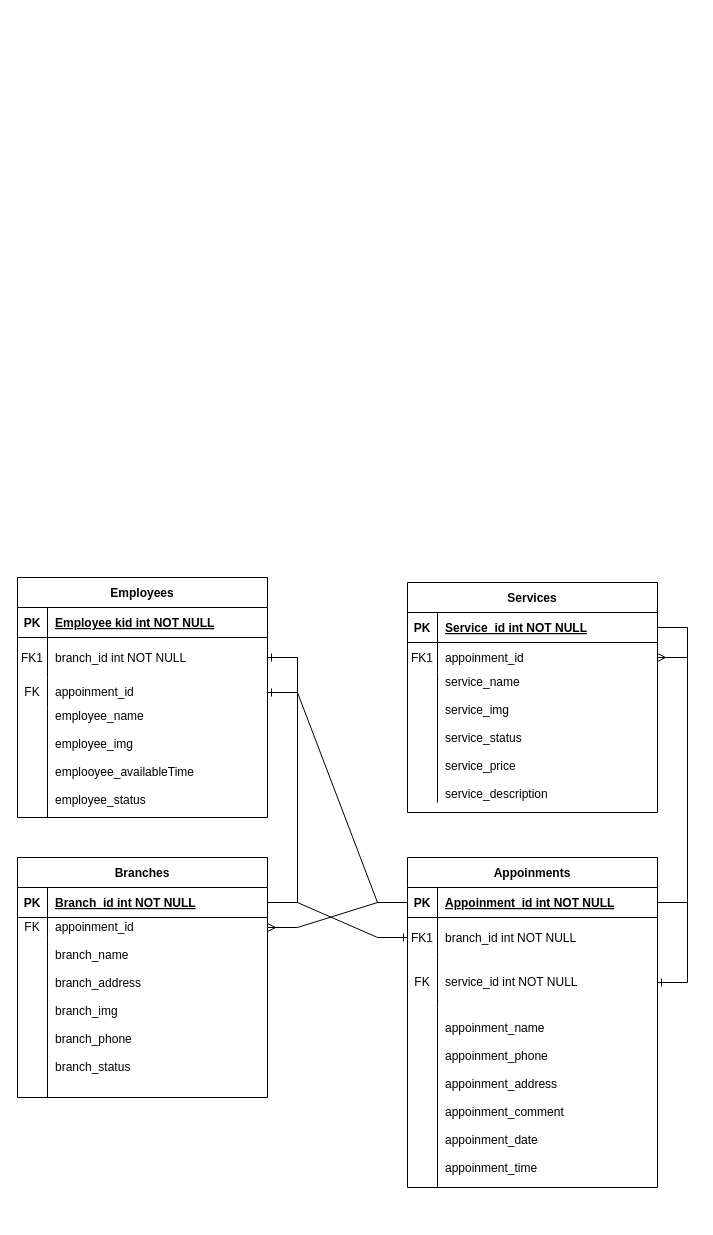
Earlier version of the draw.io diagram page "Page-1" (1 of 2) of Untitled Diagram.drawio (AlexanderMezquita/little-lemon). Source tidied: cells renumbered, new cells numbered last; positions are measured from the earlier drawing's top-left corner, leaving out a move shared by most shapes. Both pictures are drawn from the tidied source at 100%, with x=0, y=0 at pixel (-23, 577).
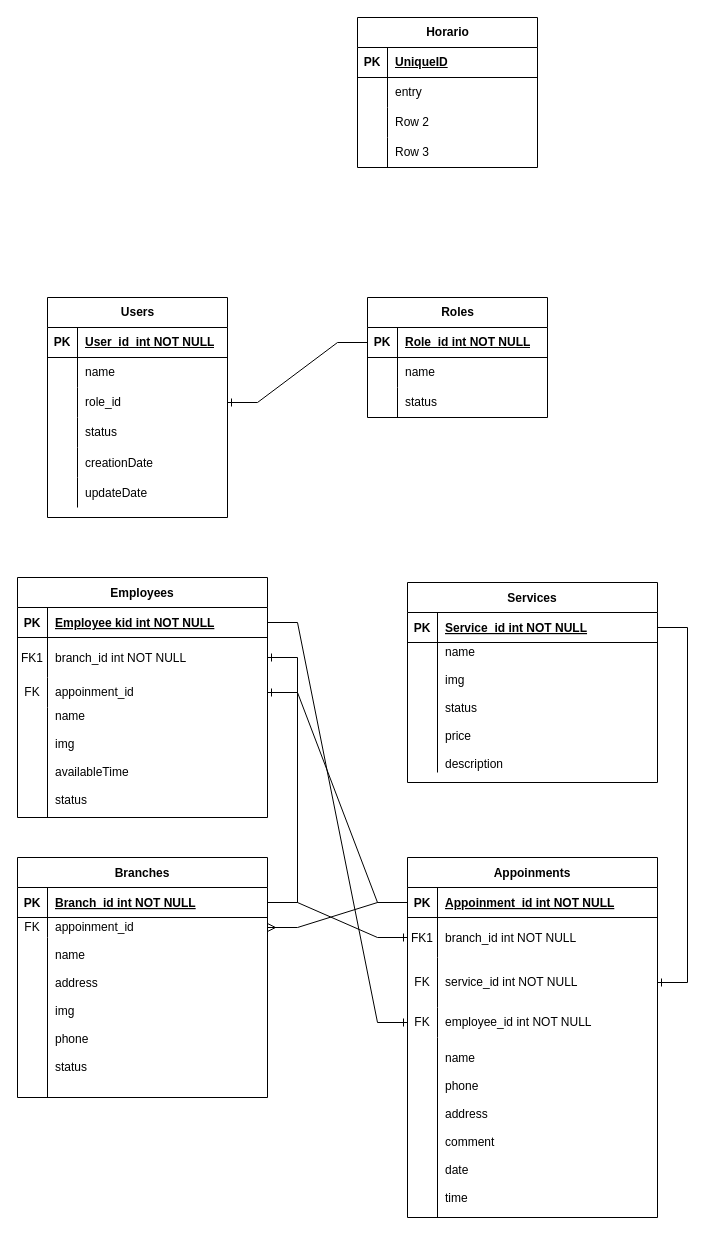
After the change.

The change refers to these unchanged cells:
```xml
<mxCell id="3" style="shape=partialRectangle;fillColor=none;points=[[0,0.5],[1,0.5]];portConstraint=eastwest;top=0;left=0;right=0;bottom=1;" parent="2" vertex="1">
  <mxGeometry y="30" width="250" height="30" as="geometry" />
</mxCell>
<mxCell id="32" style="shape=partialRectangle;fillColor=none;top=0;left=0;right=0;bottom=0;" parent="25" vertex="1">
  <mxGeometry y="80" width="250" height="160" as="geometry" />
</mxCell>
<mxCell id="38" style="shape=partialRectangle;fillColor=none;points=[[0,0.5],[1,0.5]];portConstraint=eastwest;top=0;left=0;right=0;bottom=1;" parent="37" vertex="1">
  <mxGeometry y="30" width="250" height="30" as="geometry" />
</mxCell>
<mxCell id="47" style="shape=partialRectangle;fillColor=none;top=0;left=0;right=0;bottom=0;" parent="37" vertex="1">
  <mxGeometry y="130" width="250" height="110" as="geometry" />
</mxCell>
```

What changed in the source:
```diff
@@
     <mxCell id="2" value="Appoinments" style="shape=table;startSize=30;childLayout=tableLayout;rowLines=0;fontStyle=1;align=center;" parent="1" vertex="1">
-      <mxGeometry x="430" y="280" width="250" height="330" as="geometry" />
+      <mxGeometry x="430" y="280" width="250" height="360" as="geometry" />
     </mxCell>
@@
+    <mxCell id="55" style="shape=tableRow;horizontal=0;startSize=0;swimlaneHead=0;swimlaneBody=0;fillColor=none;points=[[0,0.5],[1,0.5]];portConstraint=eastwest;top=0;left=0;right=0;bottom=0;" parent="2" vertex="1">
+      <mxGeometry y="150" width="250" height="30" as="geometry" />
+    </mxCell>
+    <mxCell id="56" value="FK" style="shape=partialRectangle;fillColor=none;top=0;left=0;bottom=0;right=0;fontStyle=0;overflow=hidden;whiteSpace=wrap;html=1;" parent="55" vertex="1">
+      <mxGeometry width="30" height="30" as="geometry" />
+    </mxCell>
+    <mxCell id="57" value="employee_id int NOT NULL" style="shape=partialRectangle;fillColor=none;top=0;left=0;bottom=0;right=0;align=left;spacingLeft=6;fontStyle=0;overflow=hidden;whiteSpace=wrap;html=1;" parent="55" vertex="1">
+      <mxGeometry x="30" width="220" height="30" as="geometry" />
+    </mxCell>
     <mxCell id="12" style="shape=partialRectangle;fillColor=none;top=0;left=0;right=0;bottom=0;" parent="2" vertex="1">
-      <mxGeometry y="150" width="250" height="180" as="geometry" />
+      <mxGeometry y="180" width="250" height="180" as="geometry" />
     </mxCell>
@@
-    <mxCell id="14" value="appoinment_name &#10;&#10;appoinment_phone&#10;&#10;appoinment_address&#10;&#10;appoinment_comment&#10;&#10;appoinment_date&#10;&#10;appoinment_time" style="shape=partialRectangle;overflow=hidden;fillColor=none;top=0;left=0;bottom=0;right=0;align=left;spacingLeft=6;" parent="12" vertex="1">
+    <mxCell id="14" value="name &#10;&#10;phone&#10;&#10;address&#10;&#10;comment&#10;&#10;date&#10;&#10;time" style="shape=partialRectangle;overflow=hidden;fillColor=none;top=0;left=0;bottom=0;right=0;align=left;spacingLeft=6;" parent="12" vertex="1">
       <mxGeometry x="30" width="220" height="180" as="geometry" />
     </mxCell>
     <mxCell id="15" value="Services" style="shape=table;startSize=30;childLayout=tableLayout;rowLines=0;fontStyle=1;align=center;" parent="1" vertex="1">
-      <mxGeometry x="430" y="5" width="250" height="230" as="geometry" />
+      <mxGeometry x="430" y="5" width="250" height="200" as="geometry" />
     </mxCell>
@@
-    <mxCell id="19" style="shape=partialRectangle;fillColor=none;points=[[0,0.5],[1,0.5]];portConstraint=eastwest;top=0;left=0;right=0;bottom=0;" parent="15" vertex="1">
-      <mxGeometry y="60" width="250" height="30" as="geometry" />
-    </mxCell>
-    <mxCell id="20" value="FK1" style="shape=partialRectangle;overflow=hidden;fillColor=none;top=0;left=0;bottom=0;right=0;" parent="19" vertex="1">
-      <mxGeometry width="30" height="30" as="geometry" />
-    </mxCell>
-    <mxCell id="21" value="appoinment_id" style="shape=partialRectangle;overflow=hidden;fillColor=none;top=0;left=0;bottom=0;right=0;align=left;spacingLeft=6;" parent="19" vertex="1">
-      <mxGeometry x="30" width="220" height="30" as="geometry" />
-    </mxCell>
     <mxCell id="22" style="shape=partialRectangle;fillColor=none;top=0;left=0;right=0;bottom=0;" parent="15" vertex="1">
-      <mxGeometry y="90" width="250" height="130" as="geometry" />
+      <mxGeometry y="60" width="250" height="130" as="geometry" />
     </mxCell>
@@
-    <mxCell id="24" value="service_name&#10;&#10;service_img&#10;&#10;service_status&#10;&#10;service_price&#10;&#10;service_description" style="shape=partialRectangle;overflow=hidden;fillColor=none;top=0;left=0;bottom=0;right=0;align=left;spacingLeft=6;" parent="22" vertex="1">
+    <mxCell id="24" value="name&#10;&#10;img&#10;&#10;status&#10;&#10;price&#10;&#10;description" style="shape=partialRectangle;overflow=hidden;fillColor=none;top=0;left=0;bottom=0;right=0;align=left;spacingLeft=6;" parent="22" vertex="1">
       <mxGeometry x="30" width="220" height="130" as="geometry" />
     </mxCell>
@@
-    <mxCell id="34" value="branch_name &#10;&#10;branch_address&#10;&#10;branch_img&#10;&#10;branch_phone&#10;&#10;branch_status&#10;" style="shape=partialRectangle;overflow=hidden;fillColor=none;top=0;left=0;bottom=0;right=0;align=left;spacingLeft=6;" parent="32" vertex="1">
+    <mxCell id="34" value="name &#10;&#10;address&#10;&#10;img&#10;&#10;phone&#10;&#10;status&#10;" style="shape=partialRectangle;overflow=hidden;fillColor=none;top=0;left=0;bottom=0;right=0;align=left;spacingLeft=6;" parent="32" vertex="1">
       <mxGeometry x="30" width="220" height="160" as="geometry" />
     </mxCell>
@@
-    <mxCell id="49" value="employee_name &#10;&#10;employee_img&#10;&#10;emplooyee_availableTime&#10;&#10;employee_status&#10;" style="shape=partialRectangle;overflow=hidden;fillColor=none;top=0;left=0;bottom=0;right=0;align=left;spacingLeft=6;" parent="47" vertex="1">
+    <mxCell id="49" value="name &#10;&#10;img&#10;&#10;availableTime&#10;&#10;status&#10;" style="shape=partialRectangle;overflow=hidden;fillColor=none;top=0;left=0;bottom=0;right=0;align=left;spacingLeft=6;" parent="47" vertex="1">
       <mxGeometry x="30" width="220" height="110" as="geometry" />
     </mxCell>
@@
-    <mxCell id="53" style="edgeStyle=entityRelationEdgeStyle;fontSize=12;html=1;endArrow=ERmany;rounded=0;exitX=1;exitY=0.5;exitDx=0;exitDy=0;entryX=1;entryY=0.5;entryDx=0;entryDy=0;" parent="1" edge="1" source="3" target="19">
-      <mxGeometry relative="1" as="geometry" />
-    </mxCell>
@@
+    <mxCell id="58" value="Users" style="shape=table;startSize=30;childLayout=tableLayout;rowLines=0;fontStyle=1;align=center;html=1;" parent="1" vertex="1">
+      <mxGeometry x="70" y="-280" width="180" height="220" as="geometry" />
+    </mxCell>
+    <mxCell id="59" style="shape=tableRow;horizontal=0;startSize=0;swimlaneHead=0;swimlaneBody=0;fillColor=none;top=0;left=0;right=0;bottom=1;" parent="58" vertex="1">
+      <mxGeometry y="30" width="180" height="30" as="geometry" />
+    </mxCell>
+    <mxCell id="60" value="PK" style="shape=partialRectangle;fillColor=none;top=0;left=0;bottom=0;right=0;fontStyle=1;overflow=hidden;whiteSpace=wrap;html=1;" parent="59" vertex="1">
+      <mxGeometry width="30" height="30" as="geometry" />
+    </mxCell>
+    <mxCell id="61" value="User_id_int NOT NULL" style="shape=partialRectangle;fillColor=none;top=0;left=0;bottom=0;right=0;align=left;spacingLeft=6;fontStyle=5;overflow=hidden;whiteSpace=wrap;html=1;" parent="59" vertex="1">
+      <mxGeometry x="30" width="150" height="30" as="geometry" />
+    </mxCell>
+    <mxCell id="62" style="shape=tableRow;horizontal=0;startSize=0;swimlaneHead=0;swimlaneBody=0;fillColor=none;top=0;left=0;right=0;bottom=0;" parent="58" vertex="1">
+      <mxGeometry y="60" width="180" height="30" as="geometry" />
+    </mxCell>
+    <mxCell id="63" style="shape=partialRectangle;fillColor=none;top=0;left=0;bottom=0;right=0;overflow=hidden;whiteSpace=wrap;html=1;" parent="62" vertex="1">
+      <mxGeometry width="30" height="30" as="geometry" />
+    </mxCell>
+    <mxCell id="64" value="name" style="shape=partialRectangle;fillColor=none;top=0;left=0;bottom=0;right=0;align=left;spacingLeft=6;overflow=hidden;whiteSpace=wrap;html=1;" parent="62" vertex="1">
+      <mxGeometry x="30" width="150" height="30" as="geometry" />
+    </mxCell>
+    <mxCell id="65" style="shape=tableRow;horizontal=0;startSize=0;swimlaneHead=0;swimlaneBody=0;fillColor=none;points=[[0,0.5],[1,0.5]];portConstraint=eastwest;top=0;left=0;right=0;bottom=0;" parent="58" vertex="1">
+      <mxGeometry y="90" width="180" height="30" as="geometry" />
+    </mxCell>
+    <mxCell id="66" style="shape=partialRectangle;fillColor=none;top=0;left=0;bottom=0;right=0;overflow=hidden;whiteSpace=wrap;html=1;" parent="65" vertex="1">
+      <mxGeometry width="30" height="30" as="geometry" />
+    </mxCell>
+    <mxCell id="67" value="role_id" style="shape=partialRectangle;fillColor=none;top=0;left=0;bottom=0;right=0;align=left;spacingLeft=6;overflow=hidden;whiteSpace=wrap;html=1;" parent="65" vertex="1">
+      <mxGeometry x="30" width="150" height="30" as="geometry" />
+    </mxCell>
+    <mxCell id="68" style="shape=tableRow;horizontal=0;startSize=0;swimlaneHead=0;swimlaneBody=0;fillColor=none;top=0;left=0;right=0;bottom=0;" parent="58" vertex="1">
+      <mxGeometry y="120" width="180" height="30" as="geometry" />
+    </mxCell>
+    <mxCell id="69" style="shape=partialRectangle;fillColor=none;top=0;left=0;bottom=0;right=0;overflow=hidden;whiteSpace=wrap;html=1;" parent="68" vertex="1">
+      <mxGeometry width="30" height="30" as="geometry" />
+    </mxCell>
+    <mxCell id="70" value="status" style="shape=partialRectangle;fillColor=none;top=0;left=0;bottom=0;right=0;align=left;spacingLeft=6;overflow=hidden;whiteSpace=wrap;html=1;" parent="68" vertex="1">
+      <mxGeometry x="30" width="150" height="30" as="geometry" />
+    </mxCell>
+    <mxCell id="71" style="shape=tableRow;horizontal=0;startSize=0;swimlaneHead=0;swimlaneBody=0;fillColor=none;top=0;left=0;right=0;bottom=0;" parent="58" vertex="1">
+      <mxGeometry y="150" width="180" height="30" as="geometry" />
+    </mxCell>
+    <mxCell id="72" style="shape=partialRectangle;fillColor=none;top=0;left=0;bottom=0;right=0;overflow=hidden;" parent="71" vertex="1">
+      <mxGeometry width="30" height="30" as="geometry" />
+    </mxCell>
+    <mxCell id="73" value="creationDate" style="shape=partialRectangle;fillColor=none;top=0;left=0;bottom=0;right=0;align=left;spacingLeft=6;overflow=hidden;" parent="71" vertex="1">
+      <mxGeometry x="30" width="150" height="30" as="geometry" />
+    </mxCell>
+    <mxCell id="74" style="shape=tableRow;horizontal=0;startSize=0;swimlaneHead=0;swimlaneBody=0;fillColor=none;top=0;left=0;right=0;bottom=0;" parent="58" vertex="1">
+      <mxGeometry y="180" width="180" height="30" as="geometry" />
+    </mxCell>
+    <mxCell id="75" style="shape=partialRectangle;fillColor=none;top=0;left=0;bottom=0;right=0;overflow=hidden;" parent="74" vertex="1">
+      <mxGeometry width="30" height="30" as="geometry" />
+    </mxCell>
+    <mxCell id="76" value="updateDate" style="shape=partialRectangle;fillColor=none;top=0;left=0;bottom=0;right=0;align=left;spacingLeft=6;overflow=hidden;" parent="74" vertex="1">
+      <mxGeometry x="30" width="150" height="30" as="geometry" />
+    </mxCell>
+    <mxCell id="77" value="Roles" style="shape=table;startSize=30;childLayout=tableLayout;rowLines=0;fontStyle=1;align=center;html=1;" parent="1" vertex="1">
+      <mxGeometry x="390" y="-280" width="180" height="120" as="geometry" />
+    </mxCell>
+    <mxCell id="78" style="shape=tableRow;horizontal=0;startSize=0;swimlaneHead=0;swimlaneBody=0;fillColor=none;points=[[0,0.5],[1,0.5]];portConstraint=eastwest;top=0;left=0;right=0;bottom=1;" parent="77" vertex="1">
+      <mxGeometry y="30" width="180" height="30" as="geometry" />
+    </mxCell>
+    <mxCell id="79" value="PK" style="shape=partialRectangle;fillColor=none;top=0;left=0;bottom=0;right=0;fontStyle=1;overflow=hidden;whiteSpace=wrap;html=1;" parent="78" vertex="1">
+      <mxGeometry width="30" height="30" as="geometry" />
+    </mxCell>
+    <mxCell id="80" value="Role_id int NOT NULL" style="shape=partialRectangle;fillColor=none;top=0;left=0;bottom=0;right=0;align=left;spacingLeft=6;fontStyle=5;overflow=hidden;whiteSpace=wrap;html=1;" parent="78" vertex="1">
+      <mxGeometry x="30" width="150" height="30" as="geometry" />
+    </mxCell>
+    <mxCell id="81" style="shape=tableRow;horizontal=0;startSize=0;swimlaneHead=0;swimlaneBody=0;fillColor=none;top=0;left=0;right=0;bottom=0;" parent="77" vertex="1">
+      <mxGeometry y="60" width="180" height="30" as="geometry" />
+    </mxCell>
+    <mxCell id="82" style="shape=partialRectangle;fillColor=none;top=0;left=0;bottom=0;right=0;overflow=hidden;whiteSpace=wrap;html=1;" parent="81" vertex="1">
+      <mxGeometry width="30" height="30" as="geometry" />
+    </mxCell>
+    <mxCell id="83" value="name" style="shape=partialRectangle;fillColor=none;top=0;left=0;bottom=0;right=0;align=left;spacingLeft=6;overflow=hidden;whiteSpace=wrap;html=1;" parent="81" vertex="1">
+      <mxGeometry x="30" width="150" height="30" as="geometry" />
+    </mxCell>
+    <mxCell id="84" style="shape=tableRow;horizontal=0;startSize=0;swimlaneHead=0;swimlaneBody=0;fillColor=none;top=0;left=0;right=0;bottom=0;" parent="77" vertex="1">
+      <mxGeometry y="90" width="180" height="30" as="geometry" />
+    </mxCell>
+    <mxCell id="85" style="shape=partialRectangle;fillColor=none;top=0;left=0;bottom=0;right=0;overflow=hidden;whiteSpace=wrap;html=1;" parent="84" vertex="1">
+      <mxGeometry width="30" height="30" as="geometry" />
+    </mxCell>
+    <mxCell id="86" value="status" style="shape=partialRectangle;fillColor=none;top=0;left=0;bottom=0;right=0;align=left;spacingLeft=6;overflow=hidden;whiteSpace=wrap;html=1;" parent="84" vertex="1">
+      <mxGeometry x="30" width="150" height="30" as="geometry" />
+    </mxCell>
+    <mxCell id="87" style="edgeStyle=entityRelationEdgeStyle;fontSize=12;html=1;endArrow=ERone;endFill=1;rounded=0;exitX=0;exitY=0.5;exitDx=0;exitDy=0;" parent="1" edge="1" source="78" target="65">
+      <mxGeometry relative="1" as="geometry">
+        <Array as="points">
+          <mxPoint x="10" y="140" />
+          <mxPoint x="280" y="-180" />
+        </Array>
+      </mxGeometry>
+    </mxCell>
+    <mxCell id="88" style="edgeStyle=entityRelationEdgeStyle;fontSize=12;html=1;endArrow=ERone;endFill=1;rounded=0;" parent="1" edge="1" source="38" target="55">
+      <mxGeometry relative="1" as="geometry" />
+    </mxCell>
+    <mxCell id="89" value="Horario" style="shape=table;startSize=30;childLayout=tableLayout;rowLines=0;fontStyle=1;align=center;html=1;" parent="1" vertex="1">
+      <mxGeometry x="380" y="-560" width="180" height="150" as="geometry" />
+    </mxCell>
+    <mxCell id="90" style="shape=tableRow;horizontal=0;startSize=0;swimlaneHead=0;swimlaneBody=0;fillColor=none;top=0;left=0;right=0;bottom=1;" parent="89" vertex="1">
+      <mxGeometry y="30" width="180" height="30" as="geometry" />
+    </mxCell>
+    <mxCell id="91" value="PK" style="shape=partialRectangle;fillColor=none;top=0;left=0;bottom=0;right=0;fontStyle=1;overflow=hidden;whiteSpace=wrap;html=1;" parent="90" vertex="1">
+      <mxGeometry width="30" height="30" as="geometry" />
+    </mxCell>
+    <mxCell id="92" value="UniqueID" style="shape=partialRectangle;fillColor=none;top=0;left=0;bottom=0;right=0;align=left;spacingLeft=6;fontStyle=5;overflow=hidden;whiteSpace=wrap;html=1;" parent="90" vertex="1">
+      <mxGeometry x="30" width="150" height="30" as="geometry" />
+    </mxCell>
+    <mxCell id="93" style="shape=tableRow;horizontal=0;startSize=0;swimlaneHead=0;swimlaneBody=0;fillColor=none;top=0;left=0;right=0;bottom=0;" parent="89" vertex="1">
+      <mxGeometry y="60" width="180" height="30" as="geometry" />
+    </mxCell>
+    <mxCell id="94" style="shape=partialRectangle;fillColor=none;top=0;left=0;bottom=0;right=0;overflow=hidden;whiteSpace=wrap;html=1;" parent="93" vertex="1">
+      <mxGeometry width="30" height="30" as="geometry" />
+    </mxCell>
+    <mxCell id="95" value="entry" style="shape=partialRectangle;fillColor=none;top=0;left=0;bottom=0;right=0;align=left;spacingLeft=6;overflow=hidden;whiteSpace=wrap;html=1;" parent="93" vertex="1">
+      <mxGeometry x="30" width="150" height="30" as="geometry" />
+    </mxCell>
+    <mxCell id="96" style="shape=tableRow;horizontal=0;startSize=0;swimlaneHead=0;swimlaneBody=0;fillColor=none;top=0;left=0;right=0;bottom=0;" parent="89" vertex="1">
+      <mxGeometry y="90" width="180" height="30" as="geometry" />
+    </mxCell>
+    <mxCell id="97" style="shape=partialRectangle;fillColor=none;top=0;left=0;bottom=0;right=0;overflow=hidden;whiteSpace=wrap;html=1;" parent="96" vertex="1">
+      <mxGeometry width="30" height="30" as="geometry" />
+    </mxCell>
+    <mxCell id="98" value="Row 2" style="shape=partialRectangle;fillColor=none;top=0;left=0;bottom=0;right=0;align=left;spacingLeft=6;overflow=hidden;whiteSpace=wrap;html=1;" parent="96" vertex="1">
+      <mxGeometry x="30" width="150" height="30" as="geometry" />
+    </mxCell>
+    <mxCell id="99" style="shape=tableRow;horizontal=0;startSize=0;swimlaneHead=0;swimlaneBody=0;fillColor=none;top=0;left=0;right=0;bottom=0;" parent="89" vertex="1">
+      <mxGeometry y="120" width="180" height="30" as="geometry" />
+    </mxCell>
+    <mxCell id="100" style="shape=partialRectangle;fillColor=none;top=0;left=0;bottom=0;right=0;overflow=hidden;whiteSpace=wrap;html=1;" parent="99" vertex="1">
+      <mxGeometry width="30" height="30" as="geometry" />
+    </mxCell>
+    <mxCell id="101" value="Row 3" style="shape=partialRectangle;fillColor=none;top=0;left=0;bottom=0;right=0;align=left;spacingLeft=6;overflow=hidden;whiteSpace=wrap;html=1;" parent="99" vertex="1">
+      <mxGeometry x="30" width="150" height="30" as="geometry" />
+    </mxCell>
```
